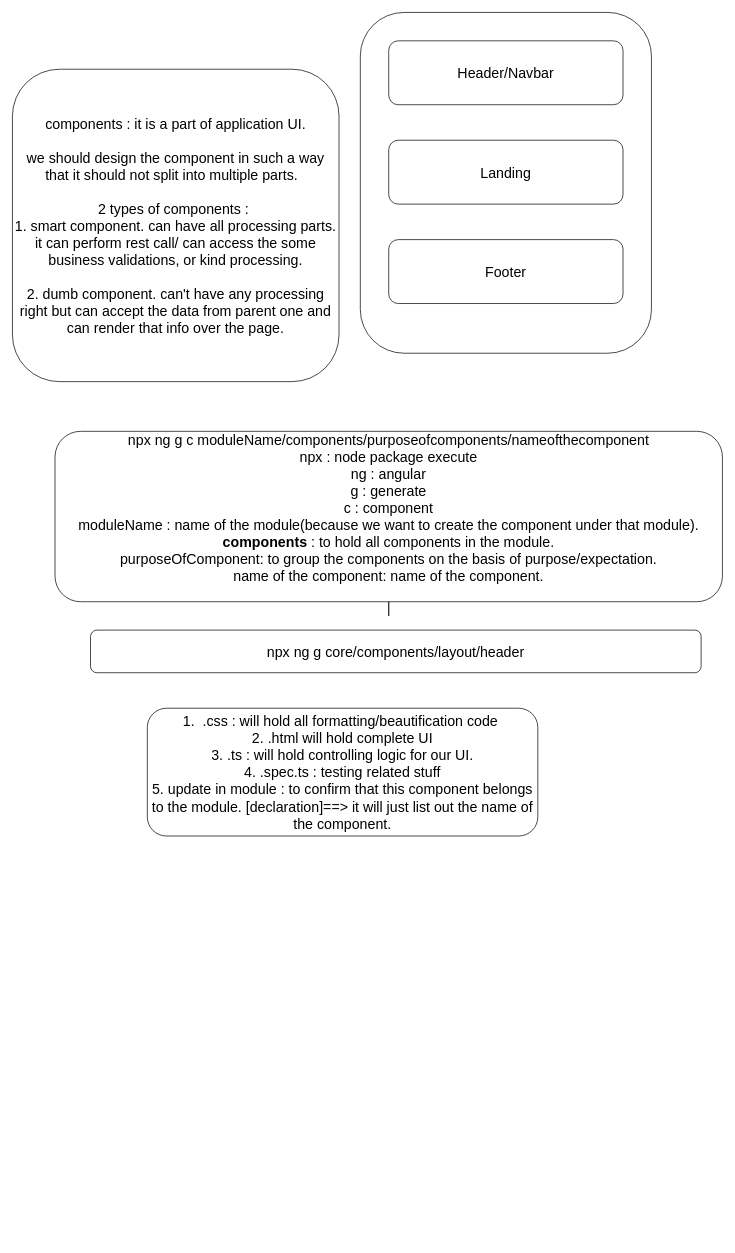
The draw.io diagram page "Page-4" (4 of 5) of Untitled Diagram.drawio in abhinandanchivate/CAOctAngularTraining, before the edit. Source tidied: cells renumbered, new cells numbered last; positions are measured from the earlier drawing's top-left corner, leaving out a move shared by most shapes. Both pictures are drawn from the tidied source at 71%, with x=0, y=0 at pixel (12, 12).
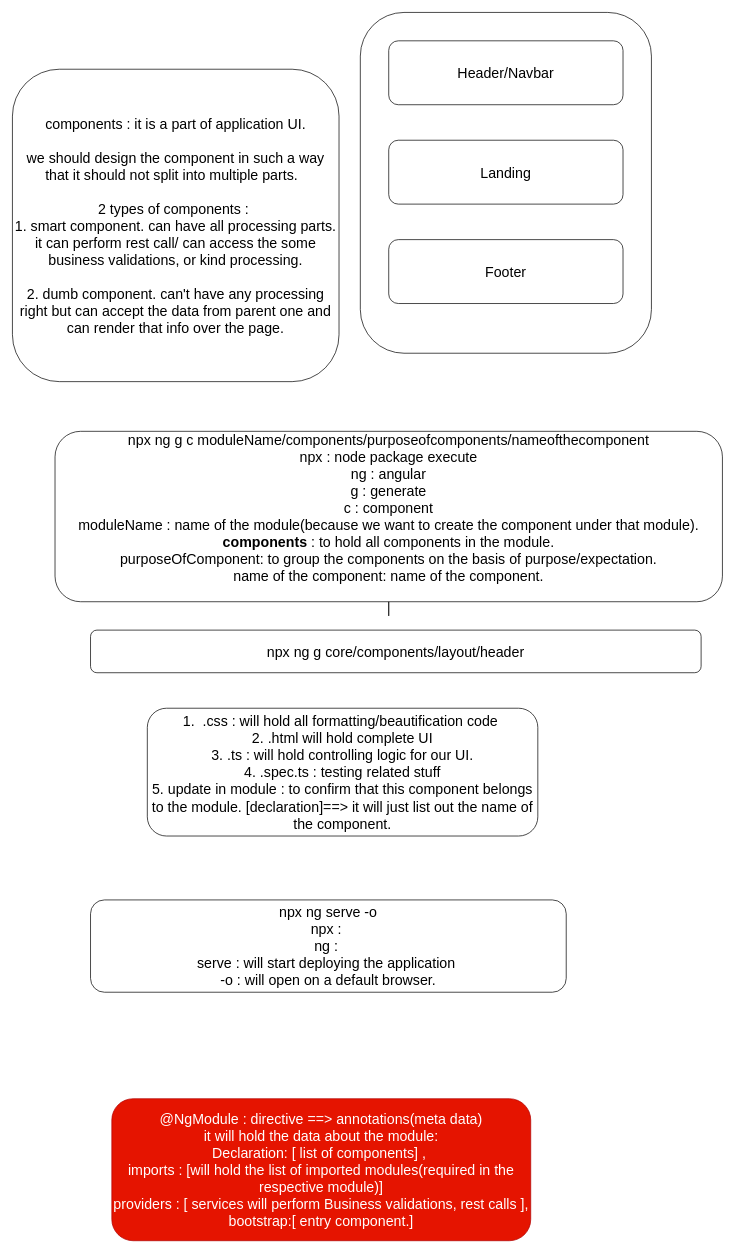
The same diagram, later.

What changed in the source:
```diff
@@
 <mxGraphModel>
   <root>
     <mxCell id="0" />
     <mxCell id="1" parent="0" />
     <mxCell id="2" style="rounded=1;whiteSpace=wrap;html=1;fontSize=20;" parent="1" vertex="1">
       <mxGeometry x="490" width="410" height="480" as="geometry" />
     </mxCell>
     <mxCell id="3" value="Header/Navbar" style="rounded=1;whiteSpace=wrap;html=1;fontSize=20;" parent="1" vertex="1">
       <mxGeometry x="530" y="40" width="330" height="90" as="geometry" />
     </mxCell>
     <mxCell id="4" value="Landing" style="rounded=1;whiteSpace=wrap;html=1;fontSize=20;" parent="1" vertex="1">
       <mxGeometry x="530" y="180" width="330" height="90" as="geometry" />
     </mxCell>
     <mxCell id="5" value="Footer" style="rounded=1;whiteSpace=wrap;html=1;fontSize=20;" parent="1" vertex="1">
       <mxGeometry x="530" y="320" width="330" height="90" as="geometry" />
     </mxCell>
     <mxCell id="6" value="components : it is a part of application UI.&lt;br&gt;&lt;br&gt;we should design the component in such a way that it should not split into multiple parts. &amp;nbsp;&lt;br&gt;&lt;br&gt;2 types of components :&amp;nbsp;&lt;br&gt;1. smart component. can have all processing parts. it can perform rest call/ can access the some business validations, or kind processing.&lt;br&gt;&lt;br&gt;2. dumb component. can't have any processing right but can accept the data from parent one and can render that info over the page." style="rounded=1;whiteSpace=wrap;html=1;fontSize=20;" parent="1" vertex="1">
       <mxGeometry y="80" width="460" height="440" as="geometry" />
     </mxCell>
     <mxCell id="7" style="edgeStyle=orthogonalEdgeStyle;rounded=0;jettySize=auto;html=1;exitX=0.5;exitY=1;exitDx=0;exitDy=0;fontSize=20;" parent="1" edge="1" source="8">
       <mxGeometry relative="1" as="geometry">
         <mxPoint x="530" y="710" as="targetPoint" />
       </mxGeometry>
     </mxCell>
     <mxCell id="8" value="npx ng g c moduleName/components/purposeofcomponents/nameofthecomponent&lt;br&gt;npx : node package execute&lt;br&gt;ng : angular&lt;br&gt;g : generate&lt;br&gt;c : component&lt;br&gt;moduleName : name of the module(because we want to create the component under that module).&lt;br&gt;&lt;b&gt;components&lt;/b&gt; : to hold all components in the module.&lt;br&gt;purposeOfComponent: to group the components on the basis of purpose/expectation.&lt;br&gt;name of the component: name of the component.&lt;br&gt;&lt;br&gt;" style="rounded=1;whiteSpace=wrap;html=1;fontSize=20;" parent="1" vertex="1">
       <mxGeometry x="60" y="590" width="940" height="240" as="geometry" />
     </mxCell>
     <mxCell id="9" value="npx ng g core/components/layout/header" style="rounded=1;whiteSpace=wrap;html=1;fontSize=20;" parent="1" vertex="1">
       <mxGeometry x="110" y="870" width="860" height="60" as="geometry" />
     </mxCell>
     <mxCell id="10" value="1. &amp;nbsp;.css : will hold all formatting/beautification code&amp;nbsp;&lt;br&gt;2. .html will hold complete UI&lt;br&gt;3. .ts : will hold controlling logic for our UI.&lt;br&gt;4. .spec.ts : testing related stuff&lt;br&gt;5. update in module : to confirm that this component belongs to the module. [declaration]==&amp;gt; it will just list out the name of the component.&lt;br&gt;" style="rounded=1;whiteSpace=wrap;html=1;fontSize=20;" parent="1" vertex="1">
       <mxGeometry x="190" y="980" width="550" height="180" as="geometry" />
     </mxCell>
+    <mxCell id="11" value="npx ng serve -o&lt;br&gt;npx :&amp;nbsp;&lt;br&gt;ng :&amp;nbsp;&lt;br&gt;serve : will start deploying the application&amp;nbsp;&lt;br&gt;-o : will open on a default browser." style="rounded=1;whiteSpace=wrap;html=1;fontSize=20;" parent="1" vertex="1">
+      <mxGeometry x="110" y="1250" width="670" height="130" as="geometry" />
+    </mxCell>
+    <mxCell id="12" value="@NgModule : directive ==&amp;gt; annotations(meta data)&lt;br&gt;it will hold the data about the module:&lt;br&gt;Declaration: [ list of components] ,&amp;nbsp;&lt;br&gt;imports : [will hold the list of imported modules(required in the respective module)]&lt;br&gt;providers : [ services will perform Business validations, rest calls ],&lt;br&gt;bootstrap:[ entry component.]" style="rounded=1;whiteSpace=wrap;html=1;fontSize=20;fillColor=#e51400;fontColor=#ffffff;strokeColor=#B20000;" parent="1" vertex="1">
+      <mxGeometry x="140" y="1530" width="590" height="200" as="geometry" />
+    </mxCell>
   </root>
 </mxGraphModel>
```
